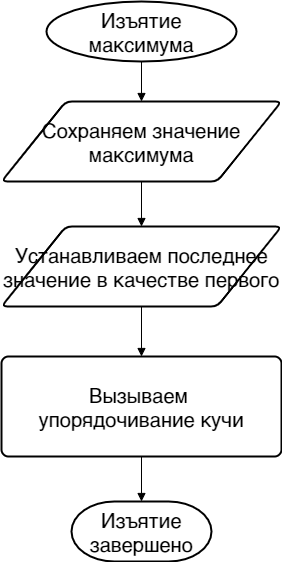
Before: Лекции/2023/8/imgs/Кучм-Изьятие максимума, алгоритм.drawio.png, a diagram exported from draw.io (MUCTR-IKT-CPP/algorithms-2cpp). Source tidied: cells renumbered, new cells last; positions are measured from the earlier drawing's top-left corner, leaving out a move shared by most shapes.
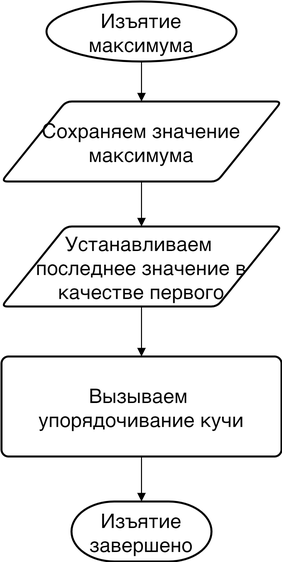
The same file after the commit.

What changed in the source:
```diff
@@ -11,7 +11,7 @@
     <mxCell id="4" style="edgeStyle=orthogonalEdgeStyle;rounded=0;jettySize=auto;html=1;fontSize=20;startArrow=none;startFill=0;endArrow=block;endFill=1;" parent="1" edge="1" source="5" target="10">
       <mxGeometry relative="1" as="geometry" />
     </mxCell>
-    <mxCell id="5" value="Устанавливаем последнее значение в качестве первого" style="shape=parallelogram;html=1;strokeWidth=2;perimeter=parallelogramPerimeter;whiteSpace=wrap;rounded=1;arcSize=12;size=0.23;fontSize=20;" parent="1" vertex="1">
+    <mxCell id="5" value="Устанавливаем &lt;br&gt;последнее значение в качестве первого" style="shape=parallelogram;html=1;strokeWidth=2;perimeter=parallelogramPerimeter;whiteSpace=wrap;rounded=1;arcSize=12;size=0.23;fontSize=20;" parent="1" vertex="1">
       <mxGeometry y="225" width="280" height="80" as="geometry" />
     </mxCell>
     <mxCell id="6" value="Изъятие завершено" style="strokeWidth=2;html=1;shape=mxgraph.flowchart.terminator;whiteSpace=wrap;fontSize=20;" parent="1" vertex="1">
```
